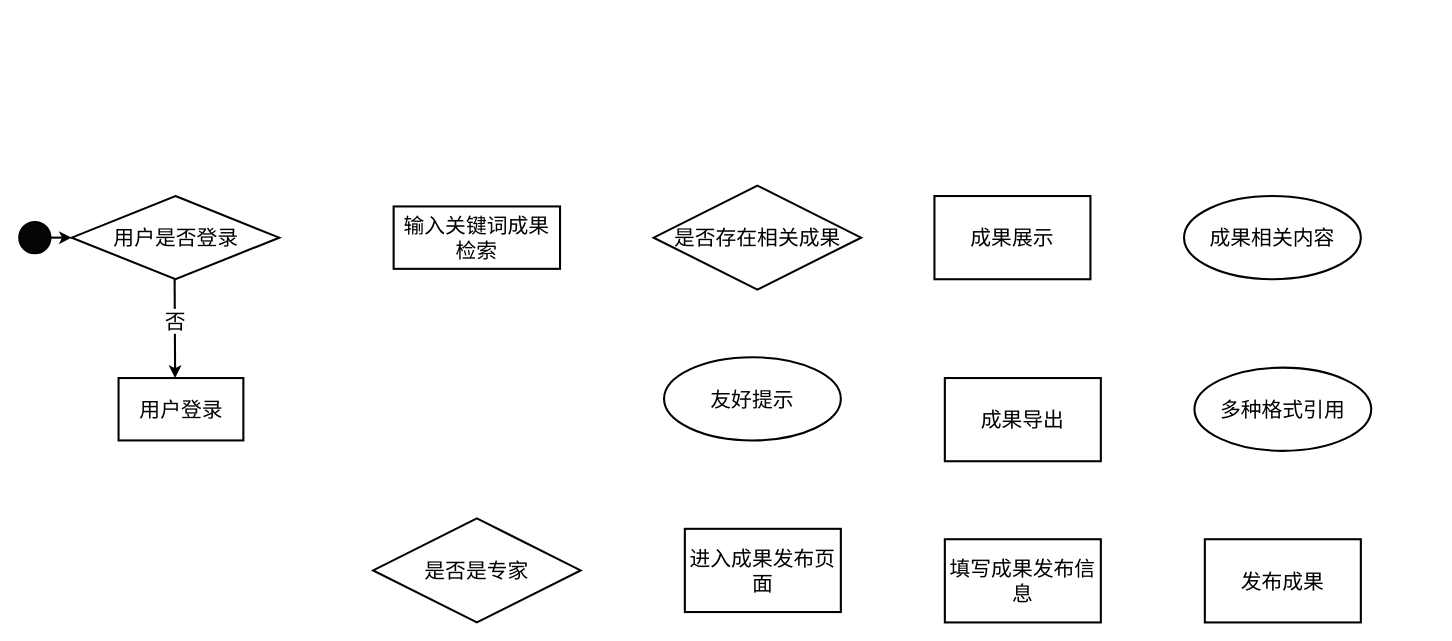
Above: 2024-BUAA-SE/需求规格书/成果管理模块-业务流程.drawio in jongsh/drawio (draw.io), before the change. Source tidied: cells renumbered, new cells numbered last; positions are measured from the earlier drawing's top-left corner, leaving out a move shared by most shapes. Both pictures are drawn from the tidied source at 104%, with x=0, y=0 at pixel (19, 185).
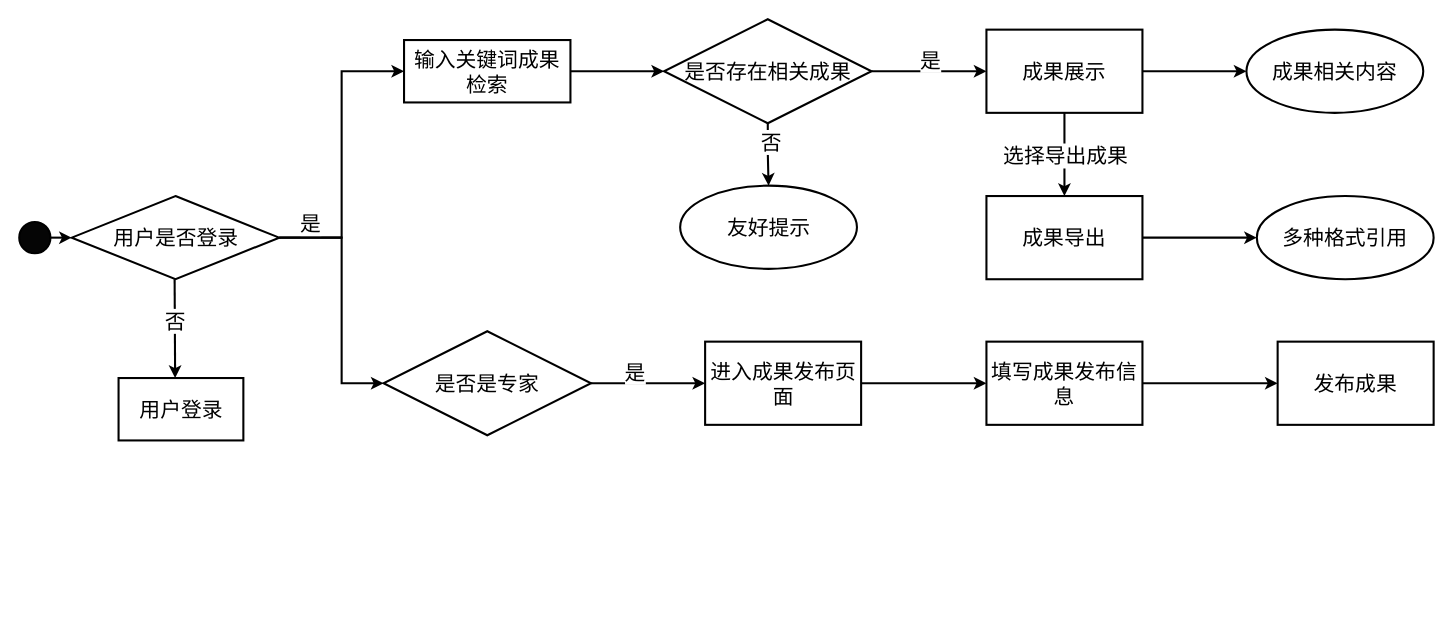
Above is the later version.

Commit message (it also covers changes not shown here):
更新成果管理模块-业务流程.drawio

Unchanged cells that the change refers to:
```xml
<mxCell id="3" value="&lt;font style=&quot;font-size: 20px;&quot;&gt;用户是否登录&lt;/font&gt;" style="rhombus;whiteSpace=wrap;html=1;strokeWidth=2;spacing=2;fontSize=20;fontColor=default;labelBackgroundColor=none;horizontal=1;" parent="1" vertex="1">
  <mxGeometry x="50.5" y="10" width="199.5" height="80" as="geometry" />
</mxCell>
<mxCell id="10" value="&lt;font style=&quot;font-size: 20px;&quot;&gt;输入关键词成果检索&lt;/font&gt;" style="rounded=0;whiteSpace=wrap;html=1;strokeWidth=2;spacing=2;fontSize=20;fontColor=default;labelBackgroundColor=none;horizontal=1;" parent="9" vertex="1">
  <mxGeometry width="160" height="60" as="geometry" />
</mxCell>
<mxCell id="13" value="&lt;font style=&quot;font-size: 20px;&quot;&gt;成果展示&lt;/font&gt;" style="rounded=0;whiteSpace=wrap;html=1;strokeWidth=2;spacing=2;fontSize=20;fontColor=default;labelBackgroundColor=none;horizontal=1;" parent="12" vertex="1">
  <mxGeometry width="150" height="80" as="geometry" />
</mxCell>
<mxCell id="18" value="&lt;font style=&quot;font-size: 20px;&quot;&gt;成果导出&lt;/font&gt;" style="rounded=0;whiteSpace=wrap;html=1;strokeWidth=2;spacing=2;fontSize=20;fontColor=default;labelBackgroundColor=none;horizontal=1;" parent="17" vertex="1">
  <mxGeometry width="150" height="80" as="geometry" />
</mxCell>
<mxCell id="21" value="&lt;font style=&quot;font-size: 20px;&quot;&gt;进入成果发布页面&lt;/font&gt;" style="rounded=0;whiteSpace=wrap;html=1;strokeWidth=2;spacing=2;fontSize=20;fontColor=default;labelBackgroundColor=none;horizontal=1;" parent="20" vertex="1">
  <mxGeometry width="150" height="80" as="geometry" />
</mxCell>
<mxCell id="23" value="&lt;font style=&quot;font-size: 20px;&quot;&gt;填写成果发布信息&lt;/font&gt;" style="rounded=0;whiteSpace=wrap;html=1;strokeWidth=2;spacing=2;fontSize=20;fontColor=default;labelBackgroundColor=none;horizontal=1;" parent="22" vertex="1">
  <mxGeometry width="150" height="80" as="geometry" />
</mxCell>
<mxCell id="25" value="&lt;font style=&quot;font-size: 20px;&quot;&gt;发布成果&lt;/font&gt;" style="rounded=0;whiteSpace=wrap;html=1;strokeWidth=2;spacing=2;fontSize=20;fontColor=default;labelBackgroundColor=none;horizontal=1;" parent="24" vertex="1">
  <mxGeometry width="150" height="80" as="geometry" />
</mxCell>
```

Diff of the diagram source:
```diff
@@
+    <mxCell id="26" style="edgeStyle=orthogonalEdgeStyle;rounded=0;jettySize=auto;html=1;exitX=1;exitY=0.5;exitDx=0;exitDy=0;entryX=0;entryY=0.5;entryDx=0;entryDy=0;fontSize=20;strokeWidth=2;" parent="1" edge="1" source="3" target="10">
+      <mxGeometry relative="1" as="geometry" />
+    </mxCell>
+    <mxCell id="27" style="edgeStyle=orthogonalEdgeStyle;rounded=0;jettySize=auto;html=1;exitX=1;exitY=0.5;exitDx=0;exitDy=0;entryX=0;entryY=0.5;entryDx=0;entryDy=0;fontSize=20;strokeWidth=2;" parent="1" edge="1" source="3" target="19">
+      <mxGeometry relative="1" as="geometry">
+        <Array as="points">
+          <mxPoint x="310" y="50" />
+          <mxPoint x="310" y="190" />
+        </Array>
+      </mxGeometry>
+    </mxCell>
+    <mxCell id="28" value="是" style="edgeLabel;html=1;align=center;verticalAlign=middle;fontSize=20;" parent="27" vertex="1">
+      <mxGeometry x="-0.76" y="15" relative="1" as="geometry" />
+    </mxCell>
@@
     <mxCell id="9" style="group;strokeWidth=2;spacing=2;fontSize=20;fontColor=default;labelBackgroundColor=none;horizontal=1;" parent="1" vertex="1">
-      <mxGeometry x="360" y="20" width="160" height="60" as="geometry" />
+      <mxGeometry x="370" y="-140" width="160" height="60" as="geometry" />
     </mxCell>
@@
+    <mxCell id="29" style="edgeStyle=orthogonalEdgeStyle;rounded=0;jettySize=auto;html=1;exitX=0.5;exitY=1;exitDx=0;exitDy=0;entryX=0.5;entryY=0;entryDx=0;entryDy=0;fontSize=20;strokeWidth=2;" parent="1" edge="1" source="11" target="16">
+      <mxGeometry relative="1" as="geometry" />
+    </mxCell>
+    <mxCell id="30" value="否" style="edgeLabel;html=1;align=center;verticalAlign=middle;fontSize=20;" parent="29" vertex="1">
+      <mxGeometry x="-0.4" y="3" relative="1" as="geometry" />
+    </mxCell>
+    <mxCell id="31" style="edgeStyle=orthogonalEdgeStyle;rounded=0;jettySize=auto;html=1;exitX=1;exitY=0.5;exitDx=0;exitDy=0;entryX=0;entryY=0.5;entryDx=0;entryDy=0;fontSize=20;strokeWidth=2;" parent="1" edge="1" source="11" target="13">
+      <mxGeometry relative="1" as="geometry" />
+    </mxCell>
+    <mxCell id="32" value="是" style="edgeLabel;html=1;align=center;verticalAlign=middle;fontSize=20;" parent="31" vertex="1">
+      <mxGeometry x="0.01" y="12" relative="1" as="geometry" />
+    </mxCell>
     <mxCell id="11" value="是否存在相关成果" style="rhombus;whiteSpace=wrap;html=1;strokeWidth=2;spacing=2;fontSize=20;fontColor=default;labelBackgroundColor=none;horizontal=1;" parent="1" vertex="1">
-      <mxGeometry x="610" width="199.5" height="100" as="geometry" />
+      <mxGeometry x="620" y="-160" width="199.5" height="100" as="geometry" />
     </mxCell>
     <mxCell id="12" style="group;strokeWidth=2;spacing=2;fontSize=20;fontColor=default;labelBackgroundColor=none;horizontal=1;" parent="1" vertex="1">
-      <mxGeometry x="880" y="10" width="150" height="80" as="geometry" />
+      <mxGeometry x="930" y="-150" width="150" height="80" as="geometry" />
     </mxCell>
@@
     <mxCell id="14" value="成果相关内容" style="ellipse;whiteSpace=wrap;html=1;fontSize=20;strokeWidth=2;" parent="1" vertex="1">
-      <mxGeometry x="1120" y="10" width="170" height="80" as="geometry" />
+      <mxGeometry x="1180" y="-150" width="170" height="80" as="geometry" />
     </mxCell>
     <mxCell id="15" value="多种格式引用" style="ellipse;whiteSpace=wrap;html=1;fontSize=20;strokeWidth=2;" parent="1" vertex="1">
-      <mxGeometry x="1130" y="175" width="170" height="80" as="geometry" />
+      <mxGeometry x="1190" y="10" width="170" height="80" as="geometry" />
     </mxCell>
     <mxCell id="16" value="友好提示" style="ellipse;whiteSpace=wrap;html=1;fontSize=20;strokeWidth=2;" parent="1" vertex="1">
-      <mxGeometry x="620" y="165" width="170" height="80" as="geometry" />
+      <mxGeometry x="635.5" width="170" height="80" as="geometry" />
     </mxCell>
     <mxCell id="17" style="group;strokeWidth=2;spacing=2;fontSize=20;fontColor=default;labelBackgroundColor=none;horizontal=1;" parent="1" vertex="1">
-      <mxGeometry x="890" y="185" width="150" height="80" as="geometry" />
+      <mxGeometry x="930" y="10" width="150" height="80" as="geometry" />
     </mxCell>
@@
+    <mxCell id="33" style="edgeStyle=orthogonalEdgeStyle;rounded=0;jettySize=auto;html=1;exitX=1;exitY=0.5;exitDx=0;exitDy=0;entryX=0;entryY=0.5;entryDx=0;entryDy=0;fontSize=20;strokeWidth=2;" parent="1" edge="1" source="19" target="21">
+      <mxGeometry relative="1" as="geometry" />
+    </mxCell>
+    <mxCell id="34" value="是" style="edgeLabel;html=1;align=center;verticalAlign=middle;fontSize=20;" parent="33" vertex="1">
+      <mxGeometry x="-0.23" y="12" relative="1" as="geometry" />
+    </mxCell>
     <mxCell id="19" value="是否是专家" style="rhombus;whiteSpace=wrap;html=1;strokeWidth=2;spacing=2;fontSize=20;fontColor=default;labelBackgroundColor=none;horizontal=1;" parent="1" vertex="1">
-      <mxGeometry x="340.3" y="320" width="199.5" height="100" as="geometry" />
+      <mxGeometry x="350.3" y="140" width="199.5" height="100" as="geometry" />
     </mxCell>
     <mxCell id="20" style="group;strokeWidth=2;spacing=2;fontSize=20;fontColor=default;labelBackgroundColor=none;horizontal=1;" parent="1" vertex="1">
-      <mxGeometry x="640" y="330" width="150" height="80" as="geometry" />
+      <mxGeometry x="659.5" y="150" width="150" height="80" as="geometry" />
     </mxCell>
@@
     <mxCell id="22" style="group;strokeWidth=2;spacing=2;fontSize=20;fontColor=default;labelBackgroundColor=none;horizontal=1;" parent="1" vertex="1">
-      <mxGeometry x="890" y="340" width="150" height="80" as="geometry" />
+      <mxGeometry x="930" y="150" width="150" height="80" as="geometry" />
     </mxCell>
@@
     <mxCell id="24" style="group;strokeWidth=2;spacing=2;fontSize=20;fontColor=default;labelBackgroundColor=none;horizontal=1;" parent="1" vertex="1">
-      <mxGeometry x="1140" y="340" width="150" height="80" as="geometry" />
+      <mxGeometry x="1210" y="150" width="150" height="80" as="geometry" />
     </mxCell>
@@
+    <mxCell id="35" style="edgeStyle=orthogonalEdgeStyle;rounded=0;jettySize=auto;html=1;exitX=1;exitY=0.5;exitDx=0;exitDy=0;entryX=0;entryY=0.5;entryDx=0;entryDy=0;fontSize=20;strokeWidth=2;" parent="1" edge="1" source="10" target="11">
+      <mxGeometry relative="1" as="geometry" />
+    </mxCell>
+    <mxCell id="36" style="edgeStyle=orthogonalEdgeStyle;rounded=0;jettySize=auto;html=1;exitX=1;exitY=0.5;exitDx=0;exitDy=0;entryX=0;entryY=0.5;entryDx=0;entryDy=0;fontSize=20;strokeWidth=2;" parent="1" edge="1" source="13" target="14">
+      <mxGeometry relative="1" as="geometry" />
+    </mxCell>
+    <mxCell id="37" style="edgeStyle=orthogonalEdgeStyle;rounded=0;jettySize=auto;html=1;exitX=0.5;exitY=1;exitDx=0;exitDy=0;entryX=0.5;entryY=0;entryDx=0;entryDy=0;fontSize=20;strokeWidth=2;" parent="1" edge="1" source="13" target="18">
+      <mxGeometry relative="1" as="geometry" />
+    </mxCell>
+    <mxCell id="38" value="选择导出成果" style="edgeLabel;html=1;align=center;verticalAlign=middle;fontSize=20;" parent="37" vertex="1">
+      <mxGeometry x="0.03" relative="1" as="geometry">
+        <mxPoint y="-1" as="offset" />
+      </mxGeometry>
+    </mxCell>
+    <mxCell id="39" style="edgeStyle=orthogonalEdgeStyle;rounded=0;jettySize=auto;html=1;exitX=1;exitY=0.5;exitDx=0;exitDy=0;entryX=0;entryY=0.5;entryDx=0;entryDy=0;fontSize=20;strokeWidth=2;" parent="1" edge="1" source="18" target="15">
+      <mxGeometry relative="1" as="geometry" />
+    </mxCell>
+    <mxCell id="40" style="edgeStyle=orthogonalEdgeStyle;rounded=0;jettySize=auto;html=1;exitX=1;exitY=0.5;exitDx=0;exitDy=0;entryX=0;entryY=0.5;entryDx=0;entryDy=0;fontSize=20;strokeWidth=2;" parent="1" edge="1" source="23" target="25">
+      <mxGeometry relative="1" as="geometry" />
+    </mxCell>
+    <mxCell id="41" style="edgeStyle=orthogonalEdgeStyle;rounded=0;jettySize=auto;html=1;exitX=1;exitY=0.5;exitDx=0;exitDy=0;entryX=0;entryY=0.5;entryDx=0;entryDy=0;fontSize=20;strokeWidth=2;" parent="1" edge="1" source="21" target="23">
+      <mxGeometry relative="1" as="geometry" />
+    </mxCell>
```
